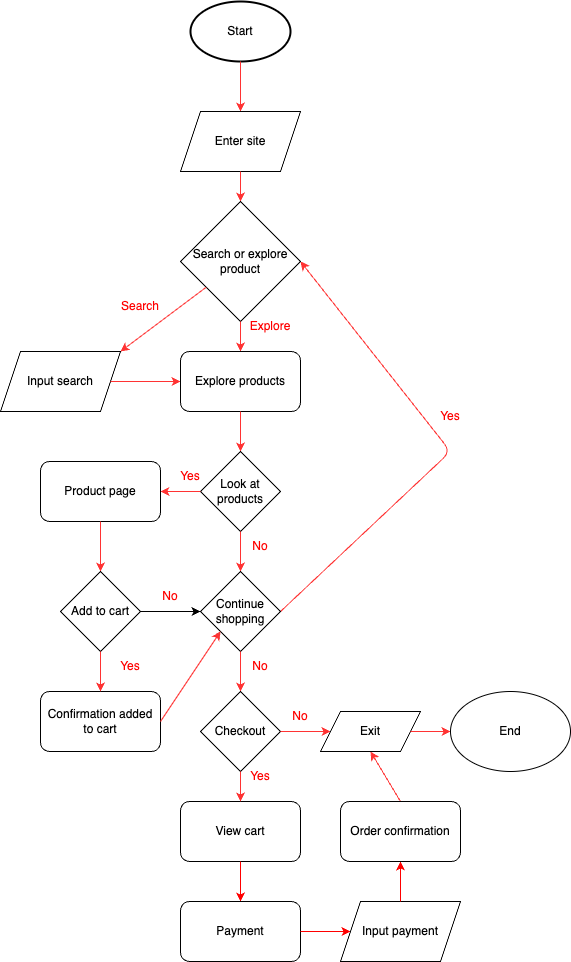
This is explore/diagramming/diagram.drawio.png from Zeyddd/sp24-cse110-lab4, a draw.io export, as it was before one commit. Source tidied: cells renumbered, new cells last; positions are measured from the earlier drawing's top-left corner, leaving out a move shared by most shapes.
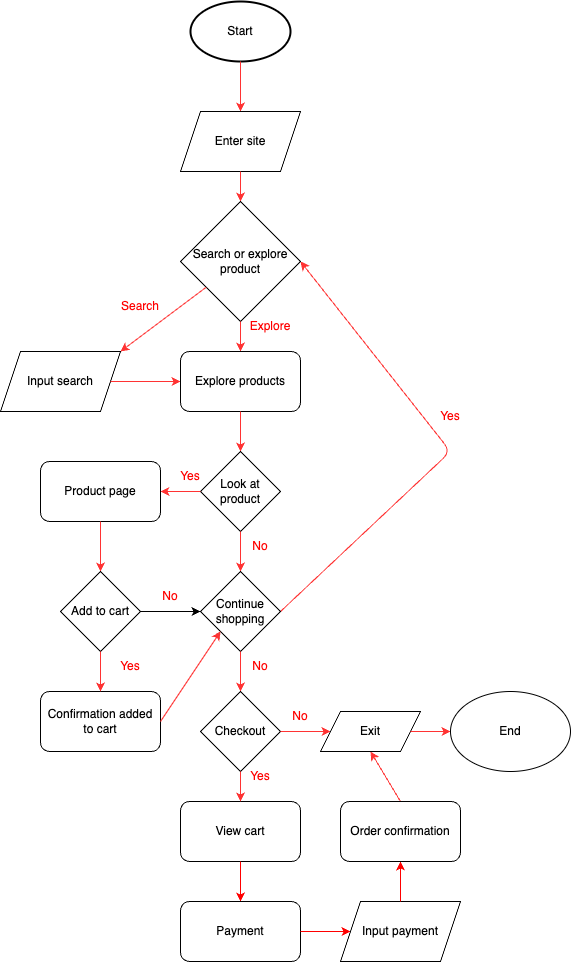
The same diagram one commit later.

What changed in the source:
```diff
@@ -48,7 +48,7 @@
     <mxCell id="15" style="edgeStyle=none;rounded=1;html=1;exitX=0.5;exitY=0;exitDx=0;exitDy=0;entryX=0.5;entryY=1;entryDx=0;entryDy=0;startArrow=classic;startFill=1;endArrow=none;endFill=0;fillColor=#FF3333;strokeColor=#FF3333;" parent="1" edge="1" source="16" target="12">
       <mxGeometry relative="1" as="geometry" />
     </mxCell>
-    <mxCell id="16" value="Look at products" style="rhombus;whiteSpace=wrap;html=1;" parent="1" vertex="1">
+    <mxCell id="16" value="Look at product" style="rhombus;whiteSpace=wrap;html=1;" parent="1" vertex="1">
       <mxGeometry x="200" y="450" width="80" height="80" as="geometry" />
     </mxCell>
     <mxCell id="17" style="edgeStyle=none;rounded=1;html=1;exitX=1;exitY=0.5;exitDx=0;exitDy=0;entryX=0;entryY=0.5;entryDx=0;entryDy=0;startArrow=classic;startFill=1;endArrow=none;endFill=0;fillColor=#FF3333;strokeColor=#FF3333;" parent="1" edge="1" source="18" target="16">
```
